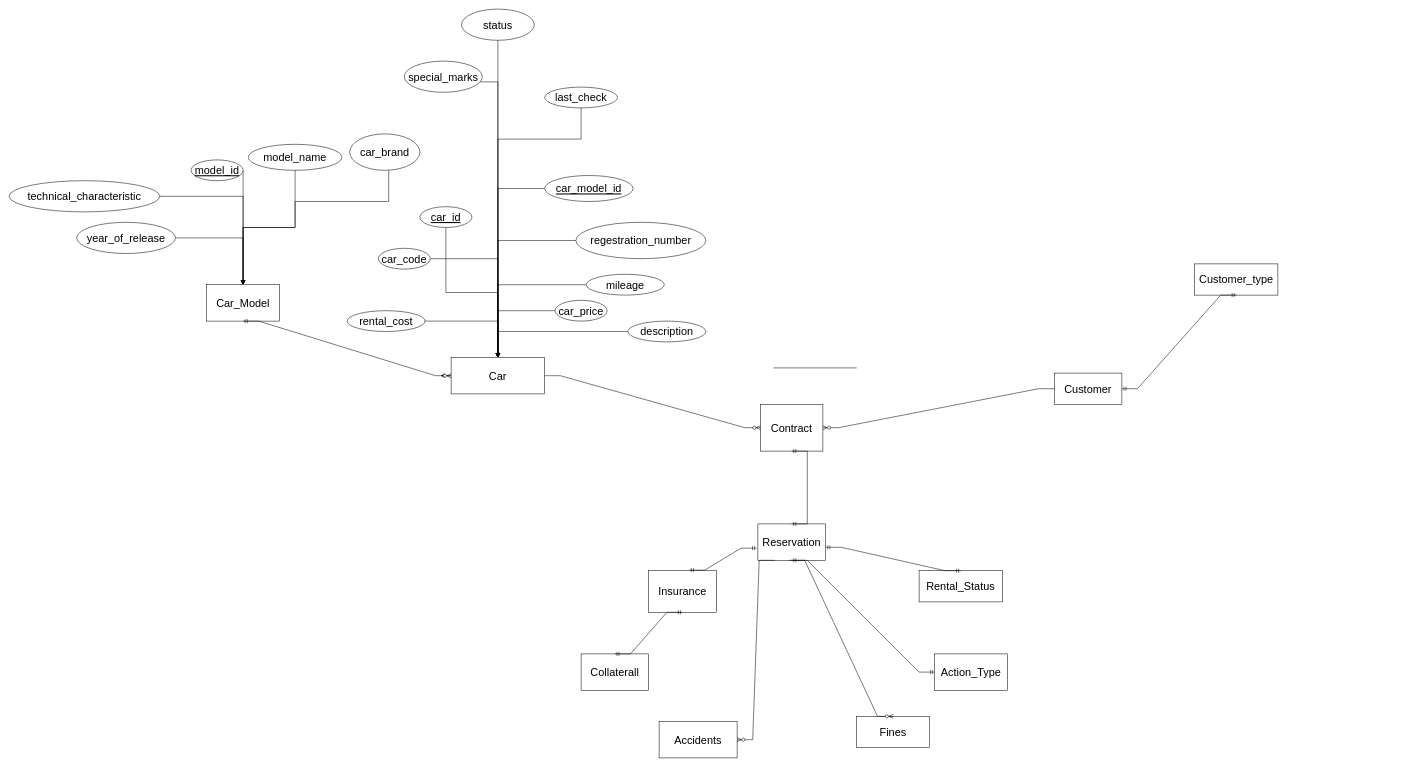
Above: Untitled Diagram.drawio in esmailalmoshki/Diagram (draw.io), before the change. Source tidied: cells renumbered, new cells numbered last; positions are measured from the earlier drawing's top-left corner, leaving out a move shared by most shapes. Both pictures are drawn from the tidied source at 52%, with x=0, y=0 at pixel (9, 9).
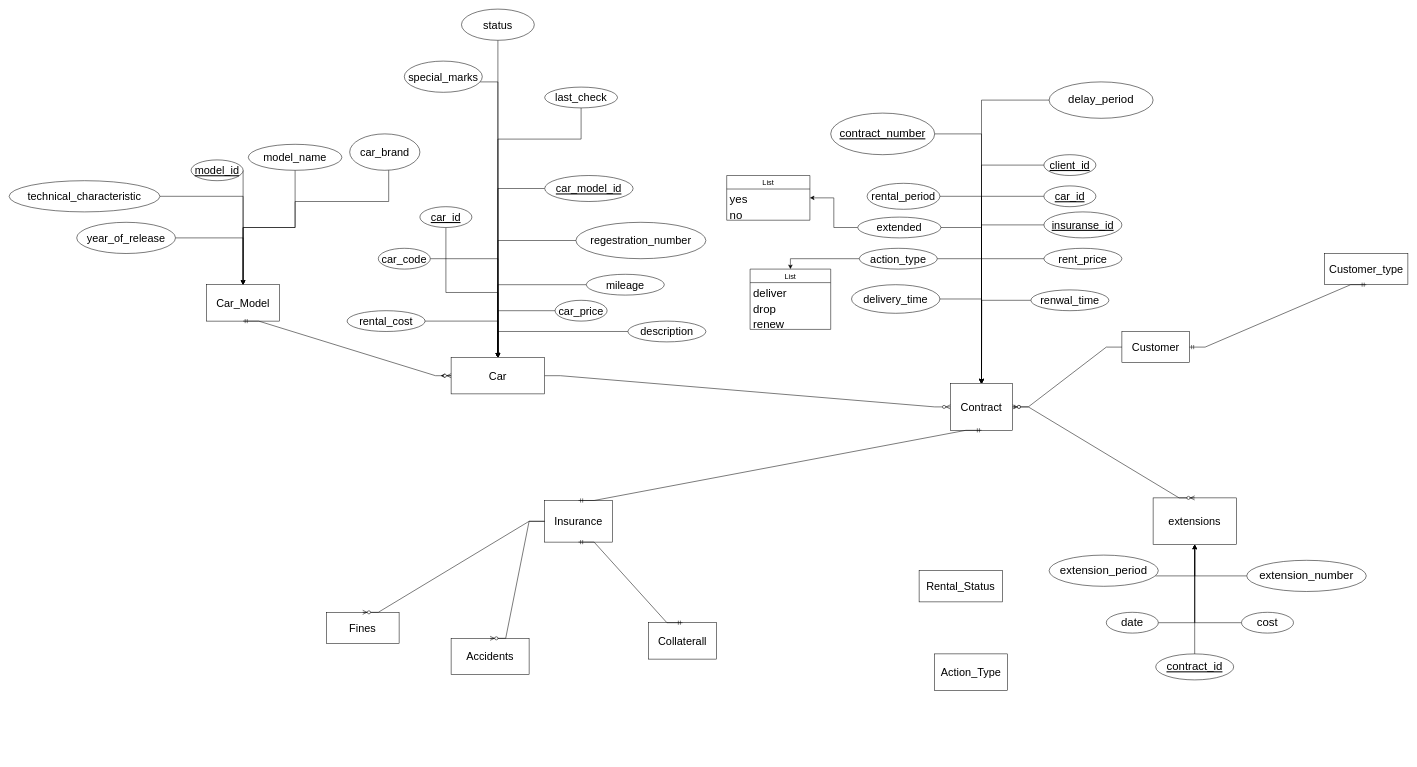
Above is the later version.

The change refers to these unchanged cells:
```xml
<mxCell id="2" value="Rental_Status" style="whiteSpace=wrap;html=1;align=center;fontSize=21;" parent="1" vertex="1">
  <mxGeometry x="1750" y="1080" width="160" height="60" as="geometry" />
</mxCell>
<mxCell id="14" value="Action_Type" style="whiteSpace=wrap;html=1;align=center;fontSize=21;" parent="1" vertex="1">
  <mxGeometry x="1780" y="1240" width="140" height="70" as="geometry" />
</mxCell>
```

The edit, as a diff of the source:
```diff
@@
-    <mxCell id="6" value="Reservation" style="whiteSpace=wrap;html=1;align=center;fontSize=21;" parent="1" vertex="1">
-      <mxGeometry x="1440" y="990" width="130" height="70" as="geometry" />
-    </mxCell>
     <mxCell id="7" value="Insurance" style="whiteSpace=wrap;html=1;align=center;fontSize=21;" parent="1" vertex="1">
-      <mxGeometry x="1230" y="1080" width="130" height="80" as="geometry" />
+      <mxGeometry x="1030" y="945" width="130" height="80" as="geometry" />
     </mxCell>
     <mxCell id="8" value="Customer" style="whiteSpace=wrap;html=1;align=center;fontSize=21;" parent="1" vertex="1">
-      <mxGeometry x="2010" y="700" width="130" height="60" as="geometry" />
+      <mxGeometry x="2140" y="620" width="130" height="60" as="geometry" />
     </mxCell>
     <mxCell id="9" value="Customer_type" style="whiteSpace=wrap;html=1;align=center;fontSize=21;" parent="1" vertex="1">
-      <mxGeometry x="2280" y="490" width="160" height="60" as="geometry" />
+      <mxGeometry x="2530" y="470" width="160" height="60" as="geometry" />
     </mxCell>
     <mxCell id="10" value="Contract" style="whiteSpace=wrap;html=1;align=center;fontSize=21;" parent="1" vertex="1">
-      <mxGeometry x="1445" y="760" width="120" height="90" as="geometry" />
+      <mxGeometry x="1810" y="720" width="120" height="90" as="geometry" />
     </mxCell>
     <mxCell id="11" value="Collaterall" style="whiteSpace=wrap;html=1;align=center;fontSize=21;" parent="1" vertex="1">
-      <mxGeometry x="1100" y="1240" width="130" height="70" as="geometry" />
+      <mxGeometry x="1230" y="1180" width="130" height="70" as="geometry" />
     </mxCell>
     <mxCell id="12" value="Accidents" style="whiteSpace=wrap;html=1;align=center;fontSize=21;" parent="1" vertex="1">
-      <mxGeometry x="1250" y="1370" width="150" height="70" as="geometry" />
+      <mxGeometry x="850" y="1210" width="150" height="70" as="geometry" />
     </mxCell>
     <mxCell id="13" value="Fines" style="whiteSpace=wrap;html=1;align=center;fontSize=21;" parent="1" vertex="1">
-      <mxGeometry x="1630" y="1360" width="140" height="60" as="geometry" />
+      <mxGeometry x="610" y="1160" width="140" height="60" as="geometry" />
     </mxCell>
@@
-    <mxCell id="16" style="edgeStyle=entityRelationEdgeStyle;fontSize=21;html=1;endArrow=ERmandOne;startArrow=ERmandOne;rounded=0;entryX=0.5;entryY=1;entryDx=0;entryDy=0;exitX=0.5;exitY=0;exitDx=0;exitDy=0;" parent="1" edge="1" source="6" target="10">
+    <mxCell id="16" style="edgeStyle=entityRelationEdgeStyle;fontSize=21;html=1;endArrow=ERmandOne;startArrow=ERmandOne;rounded=0;entryX=0.5;entryY=1;entryDx=0;entryDy=0;exitX=0.5;exitY=0;exitDx=0;exitDy=0;" parent="1" edge="1" source="7" target="10">
       <mxGeometry relative="1" as="geometry" />
     </mxCell>
-    <mxCell id="17" style="edgeStyle=entityRelationEdgeStyle;fontSize=21;html=1;endArrow=ERmandOne;startArrow=ERmandOne;rounded=0;entryX=-0.018;entryY=0.666;entryDx=0;entryDy=0;entryPerimeter=0;exitX=0.6;exitY=-0.015;exitDx=0;exitDy=0;exitPerimeter=0;" parent="1" edge="1" source="7" target="6">
-      <mxGeometry relative="1" as="geometry" />
-    </mxCell>
-    <mxCell id="18" style="edgeStyle=entityRelationEdgeStyle;fontSize=21;html=1;endArrow=ERmandOne;startArrow=ERmandOne;rounded=0;entryX=0.5;entryY=1;entryDx=0;entryDy=0;" parent="1" edge="1" source="14" target="6">
-      <mxGeometry relative="1" as="geometry" />
-    </mxCell>
-    <mxCell id="19" style="edgeStyle=entityRelationEdgeStyle;fontSize=21;html=1;endArrow=ERmandOne;startArrow=ERmandOne;rounded=0;exitX=1.003;exitY=0.643;exitDx=0;exitDy=0;entryX=0.5;entryY=0;entryDx=0;entryDy=0;exitPerimeter=0;" parent="1" edge="1" source="6" target="2">
-      <mxGeometry relative="1" as="geometry" />
-    </mxCell>
@@
-    <mxCell id="23" style="edgeStyle=entityRelationEdgeStyle;fontSize=12;html=1;endArrow=ERzeroToMany;endFill=1;rounded=0;exitX=0.25;exitY=1;exitDx=0;exitDy=0;" parent="1" edge="1" source="6" target="12">
-      <mxGeometry relative="1" as="geometry" />
-    </mxCell>
-    <mxCell id="24" style="edgeStyle=entityRelationEdgeStyle;fontSize=12;html=1;endArrow=ERzeroToMany;endFill=1;rounded=0;entryX=0.5;entryY=0;entryDx=0;entryDy=0;" parent="1" edge="1" target="13">
-      <mxGeometry relative="1" as="geometry">
-        <mxPoint x="1500" y="1060" as="sourcePoint" />
-      </mxGeometry>
-    </mxCell>
-    <mxCell id="25" style="endArrow=none;html=1;rounded=0;fontSize=21;" parent="1" edge="1">
-      <mxGeometry relative="1" as="geometry">
-        <mxPoint x="1470" y="690" as="sourcePoint" />
-        <mxPoint x="1630" y="690" as="targetPoint" />
-      </mxGeometry>
-    </mxCell>
@@
+    <mxCell id="59" style="edgeStyle=orthogonalEdgeStyle;rounded=0;jettySize=auto;html=1;fontSize=21;" parent="1" edge="1" source="60" target="10">
+      <mxGeometry relative="1" as="geometry" />
+    </mxCell>
+    <mxCell id="60" value="rental_period" style="ellipse;whiteSpace=wrap;html=1;align=center;fontSize=21;" parent="1" vertex="1">
+      <mxGeometry x="1650" y="335" width="140" height="50" as="geometry" />
+    </mxCell>
+    <mxCell id="61" style="edgeStyle=orthogonalEdgeStyle;rounded=0;jettySize=auto;html=1;entryX=0.5;entryY=0;entryDx=0;entryDy=0;fontSize=21;" parent="1" edge="1" source="62" target="10">
+      <mxGeometry relative="1" as="geometry" />
+    </mxCell>
+    <mxCell id="62" value="delivery_time" style="ellipse;whiteSpace=wrap;html=1;align=center;fontSize=21;" parent="1" vertex="1">
+      <mxGeometry x="1620" y="530" width="170" height="55" as="geometry" />
+    </mxCell>
+    <mxCell id="63" style="edgeStyle=orthogonalEdgeStyle;rounded=0;jettySize=auto;html=1;entryX=0.5;entryY=0;entryDx=0;entryDy=0;fontSize=21;" parent="1" edge="1" source="64" target="10">
+      <mxGeometry relative="1" as="geometry" />
+    </mxCell>
+    <mxCell id="64" value="car_id" style="ellipse;whiteSpace=wrap;html=1;align=center;fontStyle=4;fontSize=21;" parent="1" vertex="1">
+      <mxGeometry x="1990" y="340" width="100" height="40" as="geometry" />
+    </mxCell>
+    <mxCell id="65" style="edgeStyle=orthogonalEdgeStyle;rounded=0;jettySize=auto;html=1;fontSize=21;" parent="1" edge="1" source="66" target="10">
+      <mxGeometry relative="1" as="geometry" />
+    </mxCell>
+    <mxCell id="66" value="client_id" style="ellipse;whiteSpace=wrap;html=1;align=center;fontStyle=4;fontSize=21;" parent="1" vertex="1">
+      <mxGeometry x="1990" y="280" width="100" height="40" as="geometry" />
+    </mxCell>
+    <mxCell id="67" style="edgeStyle=orthogonalEdgeStyle;rounded=0;jettySize=auto;html=1;entryX=0.5;entryY=0;entryDx=0;entryDy=0;fontSize=21;" parent="1" edge="1" source="68" target="10">
+      <mxGeometry relative="1" as="geometry" />
+    </mxCell>
+    <mxCell id="68" value="insuranse_id" style="ellipse;whiteSpace=wrap;html=1;align=center;fontStyle=4;fontSize=21;" parent="1" vertex="1">
+      <mxGeometry x="1990" y="390" width="150" height="50" as="geometry" />
+    </mxCell>
+    <mxCell id="69" style="edgeStyle=orthogonalEdgeStyle;rounded=0;jettySize=auto;html=1;entryX=0.5;entryY=0;entryDx=0;entryDy=0;fontSize=21;" parent="1" edge="1" source="70" target="10">
+      <mxGeometry relative="1" as="geometry" />
+    </mxCell>
+    <mxCell id="70" value="rent_price" style="ellipse;whiteSpace=wrap;html=1;align=center;fontSize=21;" parent="1" vertex="1">
+      <mxGeometry x="1990" y="460" width="150" height="40" as="geometry" />
+    </mxCell>
+    <mxCell id="71" style="edgeStyle=orthogonalEdgeStyle;rounded=0;jettySize=auto;html=1;entryX=0.5;entryY=0;entryDx=0;entryDy=0;fontSize=21;" parent="1" edge="1" source="73" target="10">
+      <mxGeometry relative="1" as="geometry" />
+    </mxCell>
+    <mxCell id="72" style="edgeStyle=orthogonalEdgeStyle;rounded=0;jettySize=auto;html=1;entryX=0.5;entryY=0;entryDx=0;entryDy=0;fontSize=34;" parent="1" edge="1" source="73" target="81">
+      <mxGeometry relative="1" as="geometry" />
+    </mxCell>
+    <mxCell id="73" value="action_type" style="ellipse;whiteSpace=wrap;html=1;align=center;fontSize=21;" parent="1" vertex="1">
+      <mxGeometry x="1635" y="460" width="150" height="40" as="geometry" />
+    </mxCell>
+    <mxCell id="74" style="edgeStyle=orthogonalEdgeStyle;rounded=0;jettySize=auto;html=1;fontSize=21;" parent="1" edge="1" source="75">
+      <mxGeometry relative="1" as="geometry">
+        <mxPoint x="1870" y="720" as="targetPoint" />
+      </mxGeometry>
+    </mxCell>
+    <mxCell id="75" value="renwal_time" style="ellipse;whiteSpace=wrap;html=1;align=center;fontSize=21;" parent="1" vertex="1">
+      <mxGeometry x="1965" y="540" width="150" height="40" as="geometry" />
+    </mxCell>
+    <mxCell id="76" style="edgeStyle=orthogonalEdgeStyle;rounded=0;jettySize=auto;html=1;entryX=0.5;entryY=0;entryDx=0;entryDy=0;fontSize=21;" parent="1" edge="1" source="78" target="10">
+      <mxGeometry relative="1" as="geometry" />
+    </mxCell>
+    <mxCell id="77" style="edgeStyle=orthogonalEdgeStyle;rounded=0;jettySize=auto;html=1;fontSize=22;" parent="1" edge="1" source="78" target="85">
+      <mxGeometry relative="1" as="geometry" />
+    </mxCell>
+    <mxCell id="78" value="extended" style="ellipse;whiteSpace=wrap;html=1;align=center;fontSize=21;" parent="1" vertex="1">
+      <mxGeometry x="1632" y="400" width="160" height="40" as="geometry" />
+    </mxCell>
+    <mxCell id="79" value="extensions" style="whiteSpace=wrap;html=1;align=center;fontSize=21;" parent="1" vertex="1">
+      <mxGeometry x="2200" y="940" width="160" height="90" as="geometry" />
+    </mxCell>
+    <mxCell id="80" style="edgeStyle=entityRelationEdgeStyle;fontSize=12;html=1;endArrow=ERzeroToMany;startArrow=ERzeroToOne;rounded=0;exitX=1;exitY=0.5;exitDx=0;exitDy=0;entryX=0.5;entryY=0;entryDx=0;entryDy=0;" parent="1" edge="1" source="10" target="79">
+      <mxGeometry relative="1" as="geometry" />
+    </mxCell>
+    <mxCell id="81" value="List" style="swimlane;fontStyle=0;horizontal=1;startSize=26;align=center;fontSize=14;" parent="1" vertex="1">
+      <mxGeometry x="1425" y="500" width="155" height="116" as="geometry" />
+    </mxCell>
+    <mxCell id="82" value="deliver" style="text;strokeColor=none;fillColor=none;spacingLeft=4;spacingRight=4;overflow=hidden;fontSize=22;" parent="81" vertex="1">
+      <mxGeometry y="26" width="155" height="30" as="geometry" />
+    </mxCell>
+    <mxCell id="83" value="drop" style="text;strokeColor=none;fillColor=none;spacingLeft=4;spacingRight=4;overflow=hidden;fontSize=22;" parent="81" vertex="1">
+      <mxGeometry y="56" width="155" height="30" as="geometry" />
+    </mxCell>
+    <mxCell id="84" value="renew" style="text;strokeColor=none;fillColor=none;spacingLeft=4;spacingRight=4;overflow=hidden;fontSize=22;" parent="81" vertex="1">
+      <mxGeometry y="86" width="155" height="30" as="geometry" />
+    </mxCell>
+    <mxCell id="85" value="List" style="swimlane;fontStyle=0;horizontal=1;startSize=26;align=center;fontSize=14;" parent="1" vertex="1">
+      <mxGeometry x="1380" y="320" width="160" height="86" as="geometry" />
+    </mxCell>
+    <mxCell id="86" value="yes" style="text;strokeColor=none;fillColor=none;spacingLeft=4;spacingRight=4;overflow=hidden;fontSize=22;" parent="85" vertex="1">
+      <mxGeometry y="26" width="160" height="30" as="geometry" />
+    </mxCell>
+    <mxCell id="87" value="no" style="text;strokeColor=none;fillColor=none;spacingLeft=4;spacingRight=4;overflow=hidden;fontSize=22;" parent="85" vertex="1">
+      <mxGeometry y="56" width="160" height="30" as="geometry" />
+    </mxCell>
+    <mxCell id="88" style="edgeStyle=orthogonalEdgeStyle;rounded=0;jettySize=auto;html=1;fontSize=22;" parent="1" edge="1" source="89" target="10">
+      <mxGeometry relative="1" as="geometry" />
+    </mxCell>
+    <mxCell id="89" value="contract_number" style="ellipse;whiteSpace=wrap;html=1;align=center;fontStyle=4;fontSize=22;" parent="1" vertex="1">
+      <mxGeometry x="1580" y="200" width="200" height="80" as="geometry" />
+    </mxCell>
+    <mxCell id="90" style="edgeStyle=orthogonalEdgeStyle;rounded=0;jettySize=auto;html=1;entryX=0.5;entryY=1;entryDx=0;entryDy=0;fontSize=22;" parent="1" edge="1" source="99" target="79">
+      <mxGeometry relative="1" as="geometry">
+        <Array as="points">
+          <mxPoint x="2280" y="1090" />
+        </Array>
+      </mxGeometry>
+    </mxCell>
+    <mxCell id="91" style="edgeStyle=orthogonalEdgeStyle;rounded=0;jettySize=auto;html=1;entryX=0.5;entryY=1;entryDx=0;entryDy=0;fontSize=22;" parent="1" edge="1" source="92" target="79">
+      <mxGeometry relative="1" as="geometry">
+        <Array as="points">
+          <mxPoint x="2280" y="1180" />
+        </Array>
+      </mxGeometry>
+    </mxCell>
+    <mxCell id="92" value="date" style="ellipse;whiteSpace=wrap;html=1;align=center;fontSize=22;" parent="1" vertex="1">
+      <mxGeometry x="2110" y="1160" width="100" height="40" as="geometry" />
+    </mxCell>
+    <mxCell id="93" style="edgeStyle=orthogonalEdgeStyle;rounded=0;jettySize=auto;html=1;entryX=0.5;entryY=1;entryDx=0;entryDy=0;fontSize=22;" parent="1" edge="1" source="94" target="79">
+      <mxGeometry relative="1" as="geometry" />
+    </mxCell>
+    <mxCell id="94" value="cost" style="ellipse;whiteSpace=wrap;html=1;align=center;fontSize=22;" parent="1" vertex="1">
+      <mxGeometry x="2370" y="1160" width="100" height="40" as="geometry" />
+    </mxCell>
+    <mxCell id="95" style="edgeStyle=orthogonalEdgeStyle;rounded=0;jettySize=auto;html=1;entryX=0.5;entryY=1;entryDx=0;entryDy=0;fontSize=22;" parent="1" edge="1" source="96" target="79">
+      <mxGeometry relative="1" as="geometry">
+        <Array as="points">
+          <mxPoint x="2280" y="1090" />
+        </Array>
+      </mxGeometry>
+    </mxCell>
+    <mxCell id="96" value="extension_period" style="ellipse;whiteSpace=wrap;html=1;align=center;fontSize=22;" parent="1" vertex="1">
+      <mxGeometry x="2000" y="1050" width="210" height="60" as="geometry" />
+    </mxCell>
+    <mxCell id="97" style="edgeStyle=orthogonalEdgeStyle;rounded=0;jettySize=auto;html=1;fontSize=22;" parent="1" edge="1" source="98" target="79">
+      <mxGeometry relative="1" as="geometry">
+        <Array as="points">
+          <mxPoint x="2280" y="1190" />
+          <mxPoint x="2280" y="1190" />
+        </Array>
+      </mxGeometry>
+    </mxCell>
+    <mxCell id="98" value="contract_id" style="ellipse;whiteSpace=wrap;html=1;align=center;fontStyle=4;fontSize=22;" parent="1" vertex="1">
+      <mxGeometry x="2205" y="1240" width="150" height="50" as="geometry" />
+    </mxCell>
+    <mxCell id="99" value="extension_number" style="ellipse;whiteSpace=wrap;html=1;align=center;fontSize=22;" parent="1" vertex="1">
+      <mxGeometry x="2380" y="1060" width="230" height="60" as="geometry" />
+    </mxCell>
+    <mxCell id="100" style="edgeStyle=orthogonalEdgeStyle;rounded=0;jettySize=auto;html=1;entryX=0.5;entryY=0;entryDx=0;entryDy=0;fontSize=22;" parent="1" edge="1" source="101" target="10">
+      <mxGeometry relative="1" as="geometry" />
+    </mxCell>
+    <mxCell id="101" value="delay_period" style="ellipse;whiteSpace=wrap;html=1;align=center;fontSize=22;" parent="1" vertex="1">
+      <mxGeometry x="2000" y="140" width="200" height="70" as="geometry" />
+    </mxCell>
+    <mxCell id="102" style="edgeStyle=entityRelationEdgeStyle;fontSize=12;html=1;endArrow=ERzeroToMany;endFill=1;rounded=0;exitX=0;exitY=0.5;exitDx=0;exitDy=0;entryX=0.5;entryY=0;entryDx=0;entryDy=0;" parent="1" edge="1" source="7" target="12">
+      <mxGeometry relative="1" as="geometry" />
+    </mxCell>
+    <mxCell id="103" style="edgeStyle=entityRelationEdgeStyle;fontSize=12;html=1;endArrow=ERzeroToMany;endFill=1;rounded=0;entryX=0.5;entryY=0;entryDx=0;entryDy=0;exitX=0;exitY=0.5;exitDx=0;exitDy=0;" parent="1" edge="1" source="7" target="13">
+      <mxGeometry relative="1" as="geometry" />
+    </mxCell>
```
